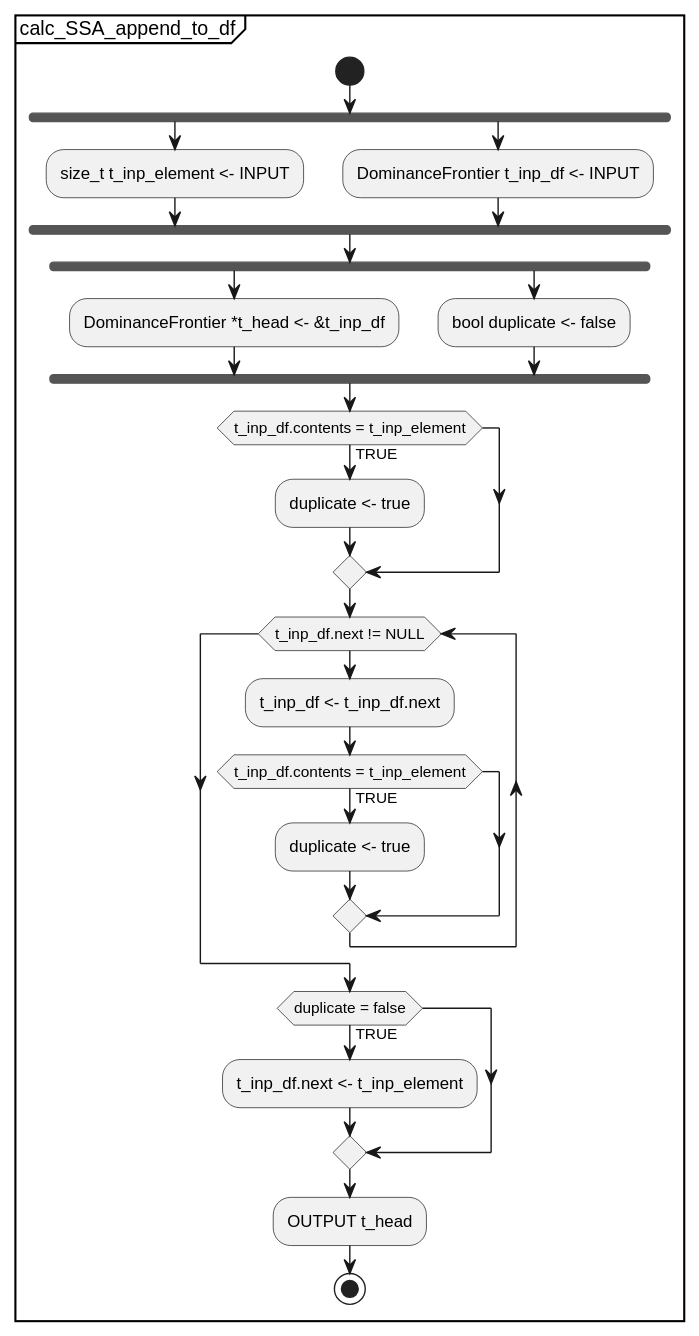
KeithCBrett/Python-Compiler keeps this PlantUML diagram as docs/UML/Single_Static_Assignment_Generation_Scheme/submodules/svg/calc_SSA_append_to_df.svg. Above is the earlier version.
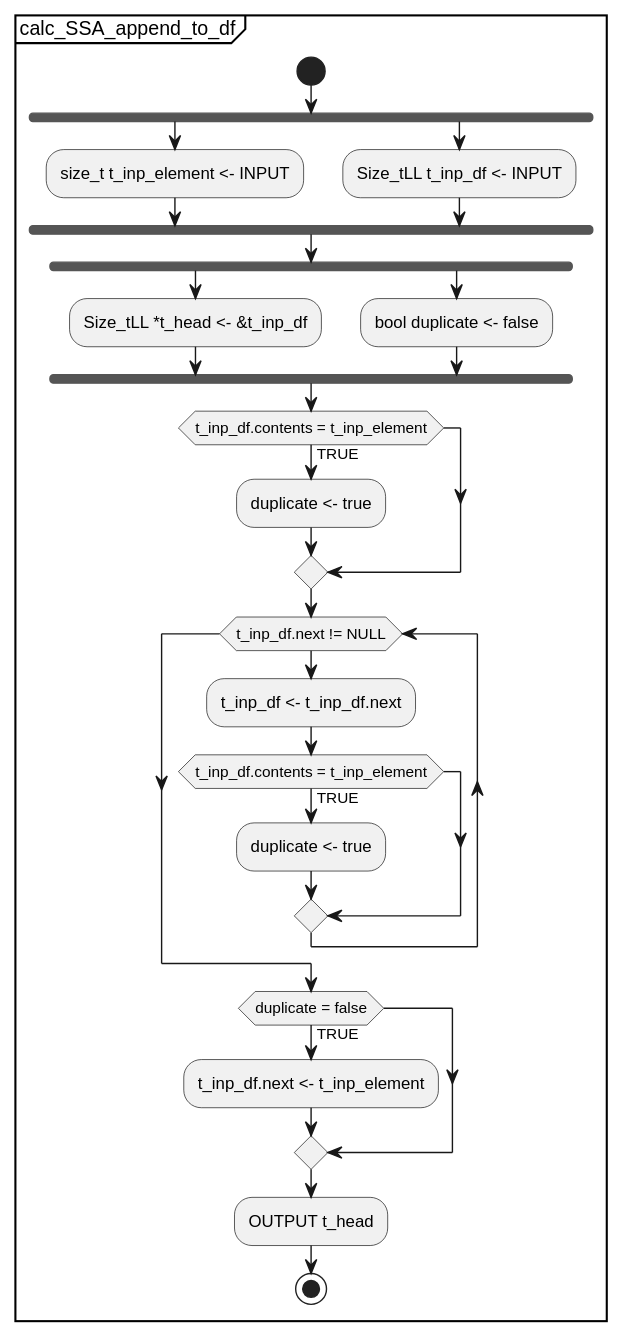
Above is the later version.

The edit, as a diff of the source:
```diff
@@ -4,10 +4,10 @@
     fork
         :size_t t_inp_element <- INPUT;
     fork again
-        :DominanceFrontier t_inp_df <- INPUT;
+        :Size_tLL t_inp_df <- INPUT;
     fork end
     fork
-        :DominanceFrontier *t_head <- &t_inp_df;
+        :Size_tLL *t_head <- &t_inp_df;
     fork again
         :bool duplicate <- false;
     fork end
```
